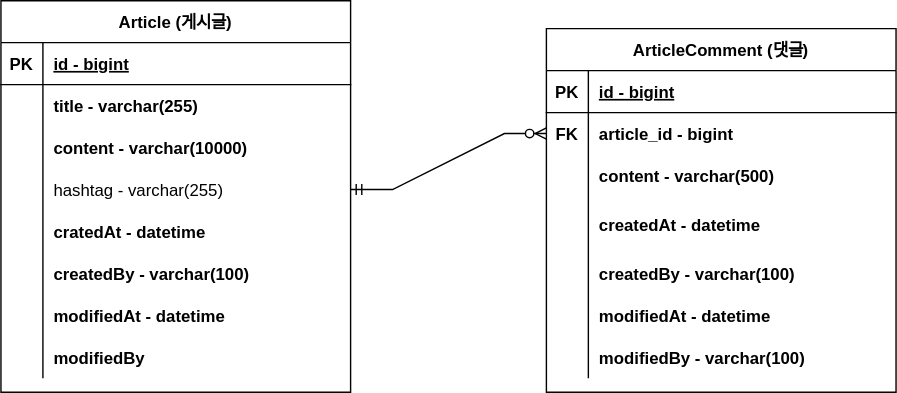
Earlier version of the draw.io export document/project-board-erd.drawio.svg (zeniverse/fc-project-board). Source tidied: cells renumbered, new cells last; positions are measured from the earlier drawing's top-left corner, leaving out a move shared by most shapes.
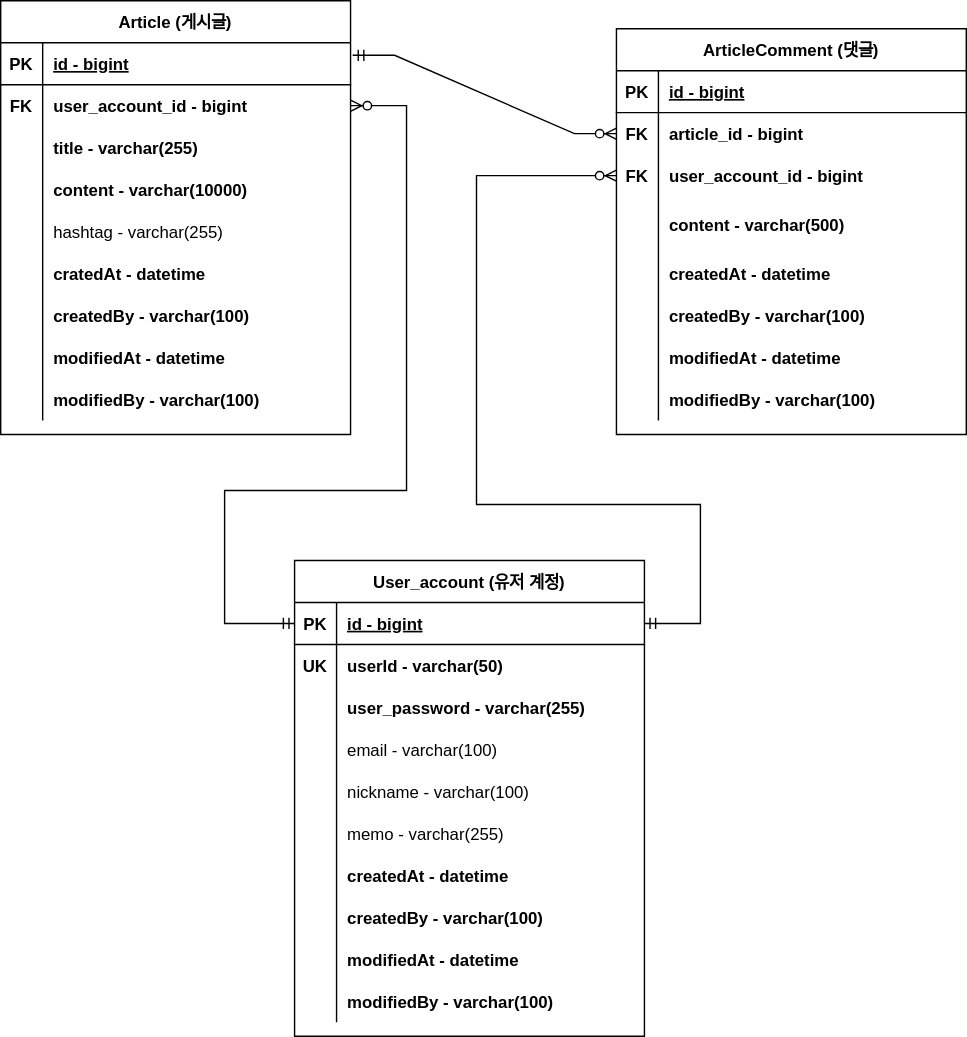
After the commit.

Commit message:
#17 - Update ERD : user_account 추가

Diff of the diagram source:
```diff
@@ -3,7 +3,7 @@
     <mxCell id="0" />
     <mxCell id="1" parent="0" />
     <mxCell id="2" value="ArticleComment (댓글)" style="shape=table;startSize=30;rowLines=0;fontStyle=1;align=center;" parent="1" vertex="1">
-      <mxGeometry x="390" y="20" width="250" height="260" as="geometry" />
+      <mxGeometry x="440" y="20" width="250" height="290" as="geometry" />
     </mxCell>
     <mxCell id="3" style="shape=partialRectangle;fillColor=none;top=0;left=0;right=0;bottom=1;" parent="2" vertex="1">
       <mxGeometry y="30" width="250" height="30" as="geometry" />
@@ -26,10 +26,10 @@
     <mxCell id="9" style="shape=partialRectangle;fillColor=none;points=[[0,0.5],[1,0.5]];portConstraint=eastwest;top=0;left=0;right=0;bottom=0;" parent="2" vertex="1">
       <mxGeometry y="90" width="250" height="30" as="geometry" />
     </mxCell>
-    <mxCell id="10" style="shape=partialRectangle;overflow=hidden;fillColor=none;top=0;left=0;bottom=0;right=0;" parent="9" vertex="1">
+    <mxCell id="10" value="FK" style="shape=partialRectangle;overflow=hidden;fillColor=none;top=0;left=0;bottom=0;right=0;fontStyle=1;" parent="9" vertex="1">
       <mxGeometry width="30" height="30" as="geometry" />
     </mxCell>
-    <mxCell id="11" value="content - varchar(500)" style="shape=partialRectangle;overflow=hidden;fillColor=none;top=0;left=0;bottom=0;right=0;align=left;spacingLeft=6;fontStyle=1;" parent="9" vertex="1">
+    <mxCell id="11" value="user_account_id - bigint" style="shape=partialRectangle;overflow=hidden;fillColor=none;top=0;left=0;bottom=0;right=0;align=left;spacingLeft=6;fontStyle=1;" parent="9" vertex="1">
       <mxGeometry x="30" width="220" height="30" as="geometry" />
     </mxCell>
     <mxCell id="12" style="shape=partialRectangle;fillColor=none;top=0;left=0;right=0;bottom=0;" parent="2" vertex="1">
@@ -38,7 +38,7 @@
     <mxCell id="13" style="shape=partialRectangle;overflow=hidden;fillColor=none;top=0;left=0;bottom=0;right=0;" parent="12" vertex="1">
       <mxGeometry width="30" height="40" as="geometry" />
     </mxCell>
-    <mxCell id="14" value="createdAt - datetime" style="shape=partialRectangle;overflow=hidden;fillColor=none;top=0;left=0;bottom=0;right=0;align=left;spacingLeft=6;fontStyle=1;" parent="12" vertex="1">
+    <mxCell id="14" value="content - varchar(500)" style="shape=partialRectangle;overflow=hidden;fillColor=none;top=0;left=0;bottom=0;right=0;align=left;spacingLeft=6;fontStyle=1;" parent="12" vertex="1">
       <mxGeometry x="30" width="220" height="40" as="geometry" />
     </mxCell>
     <mxCell id="15" style="shape=partialRectangle;fillColor=none;top=0;left=0;right=0;bottom=0;" parent="2" vertex="1">
@@ -47,7 +47,7 @@
     <mxCell id="16" style="shape=partialRectangle;overflow=hidden;fillColor=none;top=0;left=0;bottom=0;right=0;" parent="15" vertex="1">
       <mxGeometry width="30" height="30" as="geometry" />
     </mxCell>
-    <mxCell id="17" value="createdBy - varchar(100)" style="shape=partialRectangle;overflow=hidden;fillColor=none;top=0;left=0;bottom=0;right=0;align=left;spacingLeft=6;fontStyle=1;" parent="15" vertex="1">
+    <mxCell id="17" value="createdAt - datetime" style="shape=partialRectangle;overflow=hidden;fillColor=none;top=0;left=0;bottom=0;right=0;align=left;spacingLeft=6;fontStyle=1;" parent="15" vertex="1">
       <mxGeometry x="30" width="220" height="30" as="geometry" />
     </mxCell>
     <mxCell id="18" style="shape=partialRectangle;fillColor=none;top=0;left=0;right=0;bottom=0;" parent="2" vertex="1">
@@ -56,7 +56,7 @@
     <mxCell id="19" style="shape=partialRectangle;overflow=hidden;fillColor=none;top=0;left=0;bottom=0;right=0;" parent="18" vertex="1">
       <mxGeometry width="30" height="30" as="geometry" />
     </mxCell>
-    <mxCell id="20" value="modifiedAt - datetime" style="shape=partialRectangle;overflow=hidden;fillColor=none;top=0;left=0;bottom=0;right=0;align=left;spacingLeft=6;fontStyle=1;" parent="18" vertex="1">
+    <mxCell id="20" value="createdBy - varchar(100)" style="shape=partialRectangle;overflow=hidden;fillColor=none;top=0;left=0;bottom=0;right=0;align=left;spacingLeft=6;fontStyle=1;" parent="18" vertex="1">
       <mxGeometry x="30" width="220" height="30" as="geometry" />
     </mxCell>
     <mxCell id="21" style="shape=partialRectangle;fillColor=none;top=0;left=0;right=0;bottom=0;" parent="2" vertex="1">
@@ -65,11 +65,20 @@
     <mxCell id="22" style="shape=partialRectangle;overflow=hidden;fillColor=none;top=0;left=0;bottom=0;right=0;" parent="21" vertex="1">
       <mxGeometry width="30" height="30" as="geometry" />
     </mxCell>
-    <mxCell id="23" value="modifiedBy - varchar(100)" style="shape=partialRectangle;overflow=hidden;fillColor=none;top=0;left=0;bottom=0;right=0;align=left;spacingLeft=6;fontStyle=1;" parent="21" vertex="1">
+    <mxCell id="23" value="modifiedAt - datetime" style="shape=partialRectangle;overflow=hidden;fillColor=none;top=0;left=0;bottom=0;right=0;align=left;spacingLeft=6;fontStyle=1;" parent="21" vertex="1">
       <mxGeometry x="30" width="220" height="30" as="geometry" />
     </mxCell>
+    <mxCell id="50" style="shape=partialRectangle;fillColor=none;top=0;left=0;right=0;bottom=0;" parent="2" vertex="1">
+      <mxGeometry y="250" width="250" height="30" as="geometry" />
+    </mxCell>
+    <mxCell id="51" style="shape=partialRectangle;overflow=hidden;fillColor=none;top=0;left=0;bottom=0;right=0;" parent="50" vertex="1">
+      <mxGeometry width="30" height="30" as="geometry" />
+    </mxCell>
+    <mxCell id="52" value="modifiedBy - varchar(100)" style="shape=partialRectangle;overflow=hidden;fillColor=none;top=0;left=0;bottom=0;right=0;align=left;spacingLeft=6;fontStyle=1;" parent="50" vertex="1">
+      <mxGeometry x="30" width="220" height="30" as="geometry" />
+    </mxCell>
     <mxCell id="24" value="Article (게시글)" style="shape=table;startSize=30;rowLines=0;fontStyle=1;align=center;" parent="1" vertex="1">
-      <mxGeometry width="250" height="280" as="geometry" />
+      <mxGeometry width="250" height="310" as="geometry" />
     </mxCell>
     <mxCell id="25" style="shape=partialRectangle;fillColor=none;points=[[0,0.5],[1,0.5]];portConstraint=eastwest;top=0;left=0;right=0;bottom=1;" parent="24" vertex="1">
       <mxGeometry y="30" width="250" height="30" as="geometry" />
@@ -80,13 +89,13 @@
     <mxCell id="27" value="id - bigint" style="shape=partialRectangle;overflow=hidden;fillColor=none;top=0;left=0;bottom=0;right=0;align=left;spacingLeft=6;fontStyle=5;" parent="25" vertex="1">
       <mxGeometry x="30" width="220" height="30" as="geometry" />
     </mxCell>
-    <mxCell id="28" style="shape=partialRectangle;fillColor=none;points=[[0,0.5],[1,0.5]];portConstraint=eastwest;top=0;left=0;right=0;bottom=0;" parent="24" vertex="1">
+    <mxCell id="28" style="shape=partialRectangle;fillColor=none;points=[[0,0.5],[1,0.5]];portConstraint=eastwest;top=0;left=0;right=0;bottom=0;fontStyle=0;" parent="24" vertex="1">
       <mxGeometry y="60" width="250" height="30" as="geometry" />
     </mxCell>
-    <mxCell id="29" style="shape=partialRectangle;overflow=hidden;fillColor=none;top=0;left=0;bottom=0;right=0;" parent="28" vertex="1">
+    <mxCell id="29" value="FK" style="shape=partialRectangle;overflow=hidden;fillColor=none;top=0;left=0;bottom=0;right=0;fontStyle=1;" parent="28" vertex="1">
       <mxGeometry width="30" height="30" as="geometry" />
     </mxCell>
-    <mxCell id="30" value="title - varchar(255)" style="shape=partialRectangle;overflow=hidden;fillColor=none;top=0;left=0;bottom=0;right=0;align=left;spacingLeft=6;fontStyle=1;" parent="28" vertex="1">
+    <mxCell id="30" value="user_account_id - bigint" style="shape=partialRectangle;overflow=hidden;fillColor=none;top=0;left=0;bottom=0;right=0;align=left;spacingLeft=6;fontStyle=1;" parent="28" vertex="1">
       <mxGeometry x="30" width="220" height="30" as="geometry" />
     </mxCell>
     <mxCell id="31" style="shape=partialRectangle;fillColor=none;top=0;left=0;right=0;bottom=0;" parent="24" vertex="1">
@@ -95,7 +104,7 @@
     <mxCell id="32" style="shape=partialRectangle;overflow=hidden;fillColor=none;top=0;left=0;bottom=0;right=0;" parent="31" vertex="1">
       <mxGeometry width="30" height="30" as="geometry" />
     </mxCell>
-    <mxCell id="33" value="content - varchar(10000)" style="shape=partialRectangle;overflow=hidden;fillColor=none;top=0;left=0;bottom=0;right=0;align=left;spacingLeft=6;fontStyle=1;" parent="31" vertex="1">
+    <mxCell id="33" value="title - varchar(255)" style="shape=partialRectangle;overflow=hidden;fillColor=none;top=0;left=0;bottom=0;right=0;align=left;spacingLeft=6;fontStyle=1;" parent="31" vertex="1">
       <mxGeometry x="30" width="220" height="30" as="geometry" />
     </mxCell>
     <mxCell id="34" style="shape=partialRectangle;fillColor=none;points=[[0,0.5],[1,0.5]];portConstraint=eastwest;top=0;left=0;right=0;bottom=0;" parent="24" vertex="1">
@@ -104,7 +113,7 @@
     <mxCell id="35" style="shape=partialRectangle;overflow=hidden;fillColor=none;top=0;left=0;bottom=0;right=0;" parent="34" vertex="1">
       <mxGeometry width="30" height="30" as="geometry" />
     </mxCell>
-    <mxCell id="36" value="hashtag - varchar(255)" style="shape=partialRectangle;overflow=hidden;fillColor=none;top=0;left=0;bottom=0;right=0;align=left;spacingLeft=6;" parent="34" vertex="1">
+    <mxCell id="36" value="content - varchar(10000)" style="shape=partialRectangle;overflow=hidden;fillColor=none;top=0;left=0;bottom=0;right=0;align=left;spacingLeft=6;fontStyle=1;" parent="34" vertex="1">
       <mxGeometry x="30" width="220" height="30" as="geometry" />
     </mxCell>
     <mxCell id="37" style="shape=partialRectangle;fillColor=none;top=0;left=0;right=0;bottom=0;" parent="24" vertex="1">
@@ -113,7 +122,7 @@
     <mxCell id="38" style="shape=partialRectangle;overflow=hidden;fillColor=none;top=0;left=0;bottom=0;right=0;" parent="37" vertex="1">
       <mxGeometry width="30" height="30" as="geometry" />
     </mxCell>
-    <mxCell id="39" value="cratedAt - datetime" style="shape=partialRectangle;overflow=hidden;fillColor=none;top=0;left=0;bottom=0;right=0;align=left;spacingLeft=6;fontStyle=1;" parent="37" vertex="1">
+    <mxCell id="39" value="hashtag - varchar(255)" style="shape=partialRectangle;overflow=hidden;fillColor=none;top=0;left=0;bottom=0;right=0;align=left;spacingLeft=6;fontStyle=0;" parent="37" vertex="1">
       <mxGeometry x="30" width="220" height="30" as="geometry" />
     </mxCell>
     <mxCell id="40" style="shape=partialRectangle;fillColor=none;top=0;left=0;right=0;bottom=0;" parent="24" vertex="1">
@@ -122,7 +131,7 @@
     <mxCell id="41" style="shape=partialRectangle;overflow=hidden;fillColor=none;top=0;left=0;bottom=0;right=0;" parent="40" vertex="1">
       <mxGeometry width="30" height="30" as="geometry" />
     </mxCell>
-    <mxCell id="42" value="createdBy - varchar(100)" style="shape=partialRectangle;overflow=hidden;fillColor=none;top=0;left=0;bottom=0;right=0;align=left;spacingLeft=6;fontStyle=1;" parent="40" vertex="1">
+    <mxCell id="42" value="cratedAt - datetime" style="shape=partialRectangle;overflow=hidden;fillColor=none;top=0;left=0;bottom=0;right=0;align=left;spacingLeft=6;fontStyle=1;" parent="40" vertex="1">
       <mxGeometry x="30" width="220" height="30" as="geometry" />
     </mxCell>
     <mxCell id="43" style="shape=partialRectangle;fillColor=none;top=0;left=0;right=0;bottom=0;" parent="24" vertex="1">
@@ -131,7 +140,7 @@
     <mxCell id="44" style="shape=partialRectangle;overflow=hidden;fillColor=none;top=0;left=0;bottom=0;right=0;" parent="43" vertex="1">
       <mxGeometry width="30" height="30" as="geometry" />
     </mxCell>
-    <mxCell id="45" value="modifiedAt - datetime" style="shape=partialRectangle;overflow=hidden;fillColor=none;top=0;left=0;bottom=0;right=0;align=left;spacingLeft=6;fontStyle=1;" parent="43" vertex="1">
+    <mxCell id="45" value="createdBy - varchar(100)" style="shape=partialRectangle;overflow=hidden;fillColor=none;top=0;left=0;bottom=0;right=0;align=left;spacingLeft=6;fontStyle=1;" parent="43" vertex="1">
       <mxGeometry x="30" width="220" height="30" as="geometry" />
     </mxCell>
     <mxCell id="46" style="shape=partialRectangle;fillColor=none;top=0;left=0;right=0;bottom=0;" parent="24" vertex="1">
@@ -140,11 +149,133 @@
     <mxCell id="47" style="shape=partialRectangle;overflow=hidden;fillColor=none;top=0;left=0;bottom=0;right=0;" parent="46" vertex="1">
       <mxGeometry width="30" height="30" as="geometry" />
     </mxCell>
-    <mxCell id="48" value="modifiedBy" style="shape=partialRectangle;overflow=hidden;fillColor=none;top=0;left=0;bottom=0;right=0;align=left;spacingLeft=6;fontStyle=1;" parent="46" vertex="1">
+    <mxCell id="48" value="modifiedAt - datetime" style="shape=partialRectangle;overflow=hidden;fillColor=none;top=0;left=0;bottom=0;right=0;align=left;spacingLeft=6;fontStyle=1;" parent="46" vertex="1">
       <mxGeometry x="30" width="220" height="30" as="geometry" />
     </mxCell>
+    <mxCell id="53" style="shape=partialRectangle;fillColor=none;top=0;left=0;right=0;bottom=0;" parent="24" vertex="1">
+      <mxGeometry y="270" width="250" height="30" as="geometry" />
+    </mxCell>
+    <mxCell id="54" style="shape=partialRectangle;overflow=hidden;fillColor=none;top=0;left=0;bottom=0;right=0;" parent="53" vertex="1">
+      <mxGeometry width="30" height="30" as="geometry" />
+    </mxCell>
+    <mxCell id="55" value="modifiedBy - varchar(100)" style="shape=partialRectangle;overflow=hidden;fillColor=none;top=0;left=0;bottom=0;right=0;align=left;spacingLeft=6;fontStyle=1;" parent="53" vertex="1">
+      <mxGeometry x="30" width="220" height="30" as="geometry" />
+    </mxCell>
-    <mxCell id="49" style="edgeStyle=entityRelationEdgeStyle;fontSize=12;html=1;endArrow=ERzeroToMany;startArrow=ERmandOne;rounded=0;exitX=1;exitY=0.5;exitDx=0;exitDy=0;entryX=0;entryY=0.5;entryDx=0;entryDy=0;" parent="1" edge="1" source="34" target="6">
+    <mxCell id="49" style="edgeStyle=entityRelationEdgeStyle;fontSize=12;html=1;endArrow=ERzeroToMany;startArrow=ERmandOne;rounded=0;exitX=1.006;exitY=0.3;exitDx=0;exitDy=0;entryX=0;entryY=0.5;entryDx=0;entryDy=0;exitPerimeter=0;" parent="1" edge="1" source="25" target="6">
       <mxGeometry relative="1" as="geometry" />
     </mxCell>
+    <mxCell id="56" value="User_account (유저 계정)" style="shape=table;startSize=30;rowLines=0;fontStyle=1;align=center;" parent="1" vertex="1">
+      <mxGeometry x="210" y="400" width="250" height="340" as="geometry" />
+    </mxCell>
+    <mxCell id="57" style="shape=partialRectangle;fillColor=none;points=[[0,0.5],[1,0.5]];portConstraint=eastwest;top=0;left=0;right=0;bottom=1;" parent="56" vertex="1">
+      <mxGeometry y="30" width="250" height="30" as="geometry" />
+    </mxCell>
+    <mxCell id="58" value="PK" style="shape=partialRectangle;overflow=hidden;fillColor=none;top=0;left=0;bottom=0;right=0;fontStyle=1;" parent="57" vertex="1">
+      <mxGeometry width="30" height="30" as="geometry" />
+    </mxCell>
+    <mxCell id="59" value="id - bigint" style="shape=partialRectangle;overflow=hidden;fillColor=none;top=0;left=0;bottom=0;right=0;align=left;spacingLeft=6;fontStyle=5;" parent="57" vertex="1">
+      <mxGeometry x="30" width="220" height="30" as="geometry" />
+    </mxCell>
+    <mxCell id="60" style="shape=partialRectangle;fillColor=none;top=0;left=0;right=0;bottom=0;" parent="56" vertex="1">
+      <mxGeometry y="60" width="250" height="30" as="geometry" />
+    </mxCell>
+    <mxCell id="61" value="UK" style="shape=partialRectangle;overflow=hidden;fillColor=none;top=0;left=0;bottom=0;right=0;fontStyle=1;" parent="60" vertex="1">
+      <mxGeometry width="30" height="30" as="geometry" />
+    </mxCell>
+    <mxCell id="62" value="userId - varchar(50)" style="shape=partialRectangle;overflow=hidden;fillColor=none;top=0;left=0;bottom=0;right=0;align=left;spacingLeft=6;fontStyle=1;" parent="60" vertex="1">
+      <mxGeometry x="30" width="220" height="30" as="geometry" />
+    </mxCell>
+    <mxCell id="63" style="shape=partialRectangle;fillColor=none;top=0;left=0;right=0;bottom=0;" parent="56" vertex="1">
+      <mxGeometry y="90" width="250" height="30" as="geometry" />
+    </mxCell>
+    <mxCell id="64" style="shape=partialRectangle;overflow=hidden;fillColor=none;top=0;left=0;bottom=0;right=0;" parent="63" vertex="1">
+      <mxGeometry width="30" height="30" as="geometry" />
+    </mxCell>
+    <mxCell id="65" value="user_password - varchar(255)" style="shape=partialRectangle;overflow=hidden;fillColor=none;top=0;left=0;bottom=0;right=0;align=left;spacingLeft=6;fontStyle=1;" parent="63" vertex="1">
+      <mxGeometry x="30" width="220" height="30" as="geometry" />
+    </mxCell>
+    <mxCell id="66" style="shape=partialRectangle;fillColor=none;top=0;left=0;right=0;bottom=0;" parent="56" vertex="1">
+      <mxGeometry y="120" width="250" height="30" as="geometry" />
+    </mxCell>
+    <mxCell id="67" style="shape=partialRectangle;overflow=hidden;fillColor=none;top=0;left=0;bottom=0;right=0;" parent="66" vertex="1">
+      <mxGeometry width="30" height="30" as="geometry" />
+    </mxCell>
+    <mxCell id="68" value="email - varchar(100)" style="shape=partialRectangle;overflow=hidden;fillColor=none;top=0;left=0;bottom=0;right=0;align=left;spacingLeft=6;" parent="66" vertex="1">
+      <mxGeometry x="30" width="220" height="30" as="geometry" />
+    </mxCell>
+    <mxCell id="69" style="shape=partialRectangle;fillColor=none;top=0;left=0;right=0;bottom=0;" parent="56" vertex="1">
+      <mxGeometry y="150" width="250" height="30" as="geometry" />
+    </mxCell>
+    <mxCell id="70" style="shape=partialRectangle;overflow=hidden;fillColor=none;top=0;left=0;bottom=0;right=0;" parent="69" vertex="1">
+      <mxGeometry width="30" height="30" as="geometry" />
+    </mxCell>
+    <mxCell id="71" value="nickname - varchar(100)" style="shape=partialRectangle;overflow=hidden;fillColor=none;top=0;left=0;bottom=0;right=0;align=left;spacingLeft=6;fontStyle=0;" parent="69" vertex="1">
+      <mxGeometry x="30" width="220" height="30" as="geometry" />
+    </mxCell>
+    <mxCell id="72" style="shape=partialRectangle;fillColor=none;top=0;left=0;right=0;bottom=0;fontStyle=1;" parent="56" vertex="1">
+      <mxGeometry y="180" width="250" height="30" as="geometry" />
+    </mxCell>
+    <mxCell id="73" style="shape=partialRectangle;overflow=hidden;fillColor=none;top=0;left=0;bottom=0;right=0;" parent="72" vertex="1">
+      <mxGeometry width="30" height="30" as="geometry" />
+    </mxCell>
+    <mxCell id="74" value="memo - varchar(255)" style="shape=partialRectangle;overflow=hidden;fillColor=none;top=0;left=0;bottom=0;right=0;align=left;spacingLeft=6;fontStyle=0;" parent="72" vertex="1">
+      <mxGeometry x="30" width="220" height="30" as="geometry" />
+    </mxCell>
+    <mxCell id="75" style="shape=partialRectangle;fillColor=none;top=0;left=0;right=0;bottom=0;" parent="56" vertex="1">
+      <mxGeometry y="210" width="250" height="30" as="geometry" />
+    </mxCell>
+    <mxCell id="76" style="shape=partialRectangle;overflow=hidden;fillColor=none;top=0;left=0;bottom=0;right=0;" parent="75" vertex="1">
+      <mxGeometry width="30" height="30" as="geometry" />
+    </mxCell>
+    <mxCell id="77" value="createdAt - datetime" style="shape=partialRectangle;overflow=hidden;fillColor=none;top=0;left=0;bottom=0;right=0;align=left;spacingLeft=6;fontStyle=1;" parent="75" vertex="1">
+      <mxGeometry x="30" width="220" height="30" as="geometry" />
+    </mxCell>
+    <mxCell id="78" style="shape=partialRectangle;fillColor=none;top=0;left=0;right=0;bottom=0;" parent="56" vertex="1">
+      <mxGeometry y="240" width="250" height="30" as="geometry" />
+    </mxCell>
+    <mxCell id="79" style="shape=partialRectangle;overflow=hidden;fillColor=none;top=0;left=0;bottom=0;right=0;" parent="78" vertex="1">
+      <mxGeometry width="30" height="30" as="geometry" />
+    </mxCell>
+    <mxCell id="80" value="createdBy - varchar(100)" style="shape=partialRectangle;overflow=hidden;fillColor=none;top=0;left=0;bottom=0;right=0;align=left;spacingLeft=6;fontStyle=1;" parent="78" vertex="1">
+      <mxGeometry x="30" width="220" height="30" as="geometry" />
+    </mxCell>
+    <mxCell id="81" style="shape=partialRectangle;fillColor=none;top=0;left=0;right=0;bottom=0;" parent="56" vertex="1">
+      <mxGeometry y="270" width="250" height="30" as="geometry" />
+    </mxCell>
+    <mxCell id="82" style="shape=partialRectangle;overflow=hidden;fillColor=none;top=0;left=0;bottom=0;right=0;" parent="81" vertex="1">
+      <mxGeometry width="30" height="30" as="geometry" />
+    </mxCell>
+    <mxCell id="83" value="modifiedAt - datetime" style="shape=partialRectangle;overflow=hidden;fillColor=none;top=0;left=0;bottom=0;right=0;align=left;spacingLeft=6;fontStyle=1;" parent="81" vertex="1">
+      <mxGeometry x="30" width="220" height="30" as="geometry" />
+    </mxCell>
+    <mxCell id="84" style="shape=partialRectangle;fillColor=none;top=0;left=0;right=0;bottom=0;" parent="56" vertex="1">
+      <mxGeometry y="300" width="250" height="30" as="geometry" />
+    </mxCell>
+    <mxCell id="85" style="shape=partialRectangle;overflow=hidden;fillColor=none;top=0;left=0;bottom=0;right=0;" parent="84" vertex="1">
+      <mxGeometry width="30" height="30" as="geometry" />
+    </mxCell>
+    <mxCell id="86" value="modifiedBy - varchar(100)" style="shape=partialRectangle;overflow=hidden;fillColor=none;top=0;left=0;bottom=0;right=0;align=left;spacingLeft=6;fontStyle=1;" parent="84" vertex="1">
+      <mxGeometry x="30" width="220" height="30" as="geometry" />
+    </mxCell>
+    <mxCell id="87" style="edgeStyle=orthogonalEdgeStyle;fontSize=12;html=1;endArrow=ERzeroToMany;startArrow=ERmandOne;rounded=0;entryX=1;entryY=0.5;entryDx=0;entryDy=0;exitX=0;exitY=0.5;exitDx=0;exitDy=0;" parent="1" edge="1" source="57" target="28">
+      <mxGeometry relative="1" as="geometry">
+        <Array as="points">
+          <mxPoint x="160" y="445" />
+          <mxPoint x="160" y="350" />
+          <mxPoint x="290" y="350" />
+          <mxPoint x="290" y="75" />
+        </Array>
+      </mxGeometry>
+    </mxCell>
+    <mxCell id="88" style="edgeStyle=orthogonalEdgeStyle;fontSize=12;html=1;endArrow=ERzeroToMany;startArrow=ERmandOne;rounded=0;entryX=0;entryY=0.5;entryDx=0;entryDy=0;exitX=1;exitY=0.5;exitDx=0;exitDy=0;" parent="1" edge="1" source="57" target="9">
+      <mxGeometry relative="1" as="geometry">
+        <Array as="points">
+          <mxPoint x="500" y="445" />
+          <mxPoint x="500" y="360" />
+          <mxPoint x="340" y="360" />
+          <mxPoint x="340" y="125" />
+        </Array>
+      </mxGeometry>
+    </mxCell>
   </root>
 </mxGraphModel>
```
